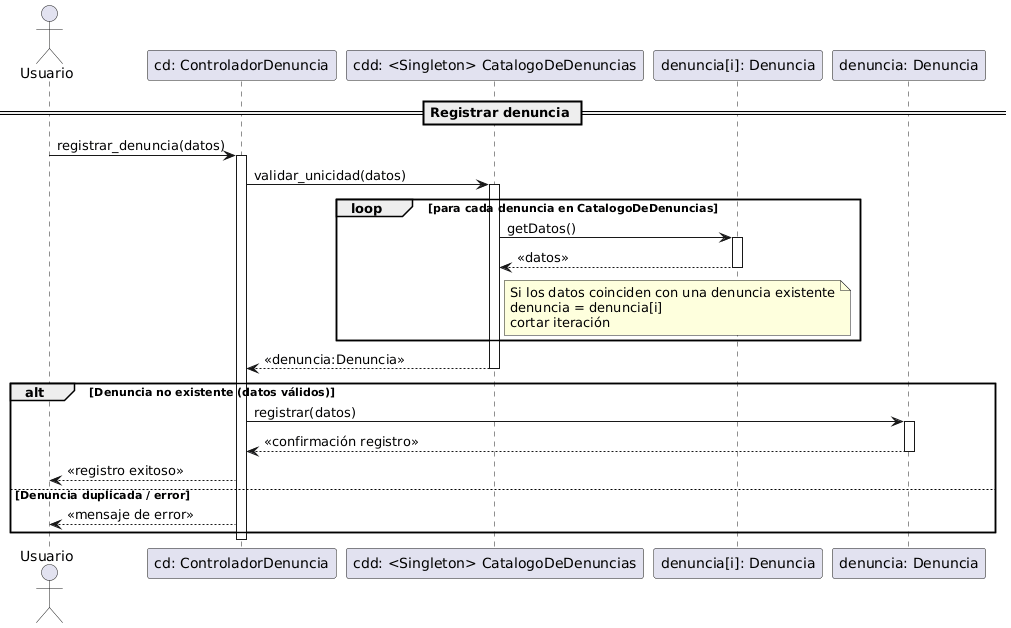
Earlier version of the PlantUML export 06-Diagramas de secuencias/03-Gestion de denuncias/registrar denuncia.png (nachitocarc/libro_de_sumarios).
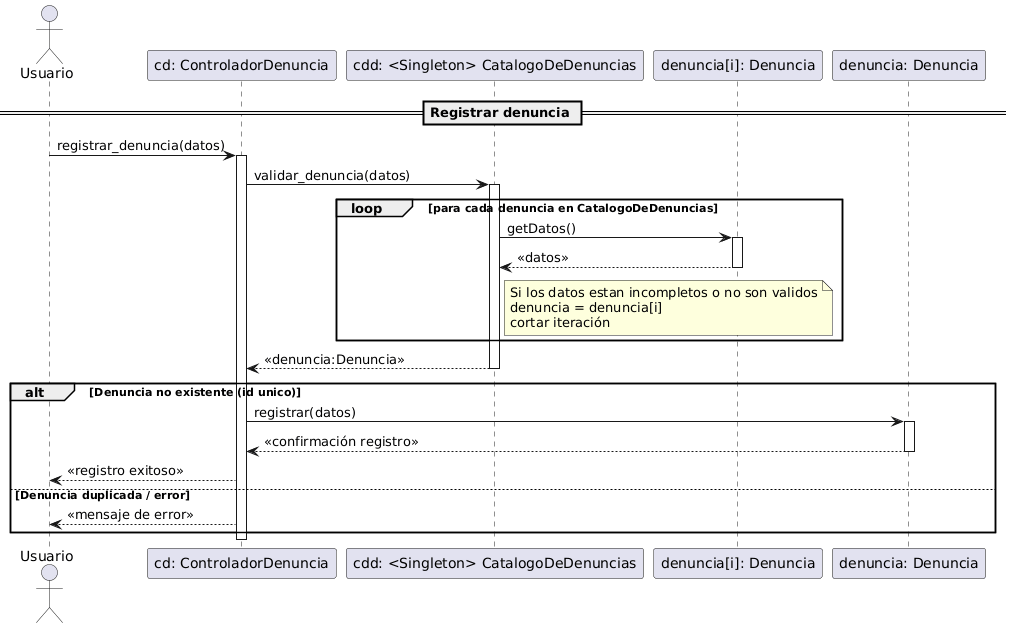
Above is the later version.

Change to the diagram source:
```diff
@@ -11,7 +11,7 @@
 Usuario -> CD : registrar_denuncia(datos)
 activate CD
 
-CD -> CatD : validar_unicidad(datos)
+CD -> CatD : validar_denuncia(datos)
 activate CatD
 
 loop para cada denuncia en CatalogoDeDenuncias
@@ -20,7 +20,7 @@
     activate D
     D --> CatD : <<datos>>
         note right of CatD
-            Si los datos coinciden con una denuncia existente
+            Si los datos estan incompletos o no son validos
             denuncia = denuncia[i]
             cortar iteración
         end note
@@ -31,7 +31,7 @@
 CatD --> CD : <<denuncia:Denuncia>>
 deactivate CatD
 
-alt Denuncia no existente (datos válidos)
+alt Denuncia no existente (id unico)
 
     CD -> Den : registrar(datos)
     activate Den
```
